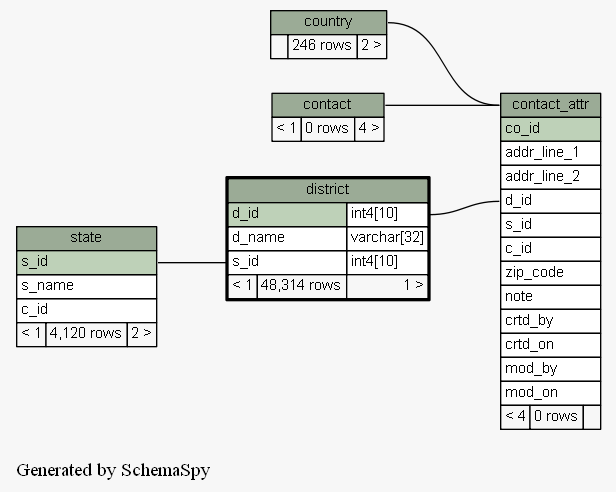
This is docs/database/schemaspy/graphs/district.2degrees.png from engineerscraft/salesforce, a Graphviz export, as it was before one commit. Its source is kept beside it as docs/database/schemaspy/graphs/district.2degrees.dot.
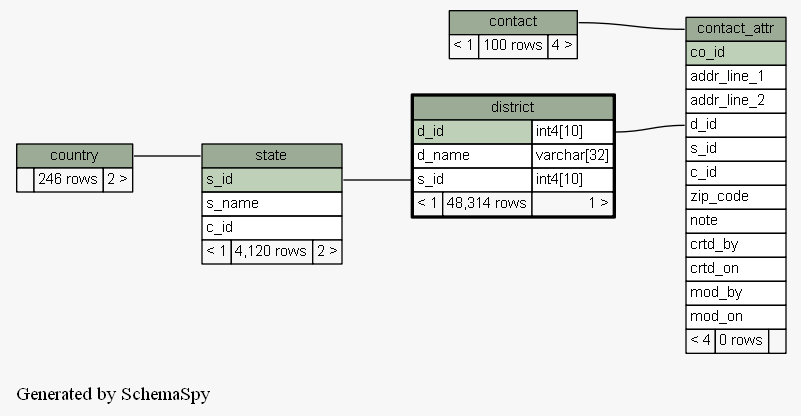
Later version of the same file.

The edit, as a diff of the source:
```diff
@@ -13,15 +13,15 @@
   edge [
     arrowsize="0.8"
   ];
-  "contact_attr":"contact_attr.heading":w -> "country":"country.heading":e [arrowtail=crowodot arrowhead=none];
   "contact_attr":"contact_attr.heading":w -> "contact":"contact.heading":e [arrowtail=tee arrowhead=none];
   "contact_attr":"d_id":w -> "district":"d_id.type":e [arrowtail=crowodot arrowhead=none];
   "district":"s_id":w -> "state":"s_id":e [arrowtail=crowtee arrowhead=none];
+  "state":"state.heading":w -> "country":"country.heading":e [arrowtail=crowtee arrowhead=none];
   "contact" [
     label=<
     <TABLE BORDER="0" CELLBORDER="1" CELLSPACING="0" BGCOLOR="#ffffff">
       <TR><TD PORT="contact.heading" COLSPAN="3" BGCOLOR="#9bab96" ALIGN="CENTER">contact</TD></TR>
-      <TR><TD ALIGN="LEFT" BGCOLOR="#f7f7f7">&lt; 1</TD><TD ALIGN="RIGHT" BGCOLOR="#f7f7f7">0 rows</TD><TD ALIGN="RIGHT" BGCOLOR="#f7f7f7">4 &gt;</TD></TR>
+      <TR><TD ALIGN="LEFT" BGCOLOR="#f7f7f7">&lt; 1</TD><TD ALIGN="RIGHT" BGCOLOR="#f7f7f7">100 rows</TD><TD ALIGN="RIGHT" BGCOLOR="#f7f7f7">4 &gt;</TD></TR>
     </TABLE>>
     URL="contact.html#graph"
     tooltip="contact"
```
